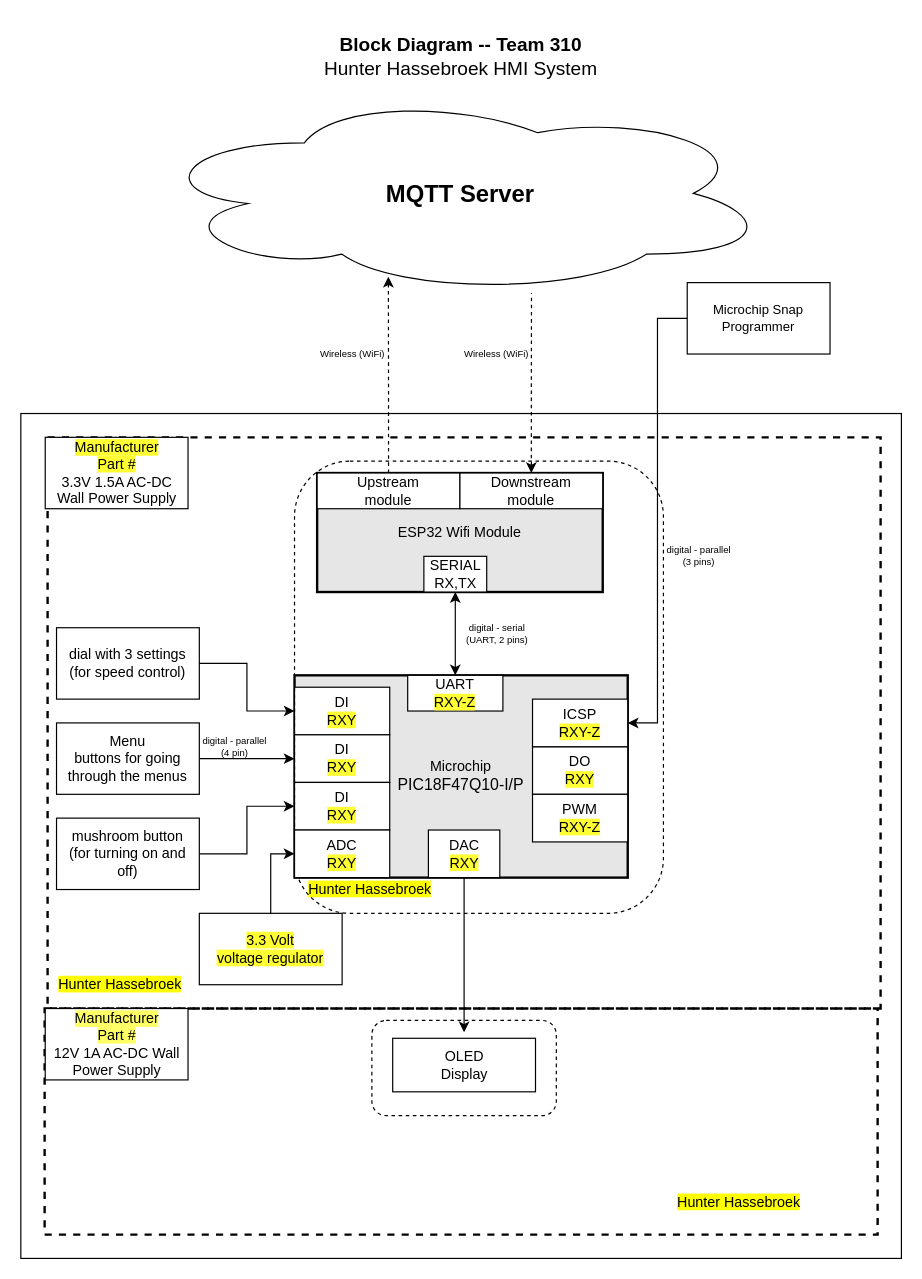
KhakiSaturday/KhakiSaturday.github.io keeps this draw.io diagram as block diagram 2.drawio. Above is the earlier version. Source tidied: cells renumbered, new cells numbered last; positions are measured from the earlier drawing's top-left corner, leaving out a move shared by most shapes. Both pictures are drawn from the tidied source at 119%, with x=0, y=0 at pixel (20, 20).
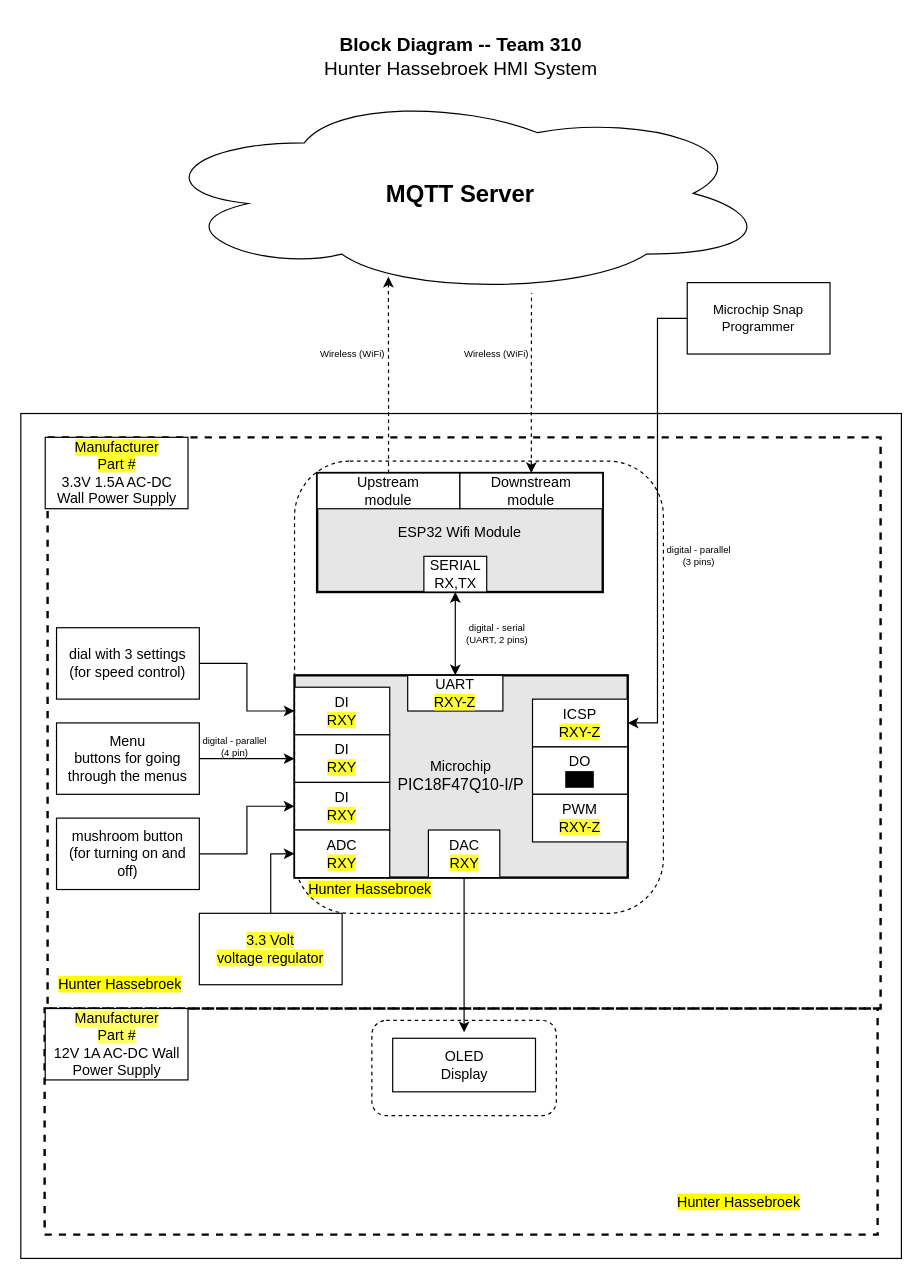
Above is the later version.

The change refers to these unchanged cells:
```xml
<mxCell id="10" style="group;strokeWidth=1;" parent="1" vertex="1">
  <mxGeometry x="260" y="550" width="250" height="190" as="geometry" />
</mxCell>
```

The edit, as a diff of the source:
```diff
@@
-    <mxCell id="13" value="&lt;div&gt;DO&lt;/div&gt;&lt;span style=&quot;background-color: rgb(255 , 255 , 51)&quot;&gt;RXY&lt;/span&gt;" style="rounded=0;whiteSpace=wrap;html=1;" parent="10" vertex="1">
+    <mxCell id="13" value="&lt;div&gt;DO&lt;/div&gt;&lt;span style=&quot;background-color: rgb(0, 0, 0)&quot;&gt;RXY&lt;/span&gt;" style="rounded=0;whiteSpace=wrap;html=1;" parent="10" vertex="1">
       <mxGeometry x="170" y="60" width="80" height="40" as="geometry" />
     </mxCell>
```
